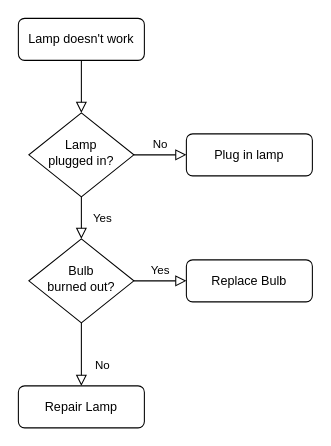
AVJ125/cv keeps this draw.io diagram as Untitled Diagram.drawio. Above is the earlier version. Source tidied: cells renumbered, new cells numbered last; positions are measured from the earlier drawing's top-left corner, leaving out a move shared by most shapes. Both pictures are drawn from the tidied source at 105%, with x=0, y=0 at pixel (18, 18).
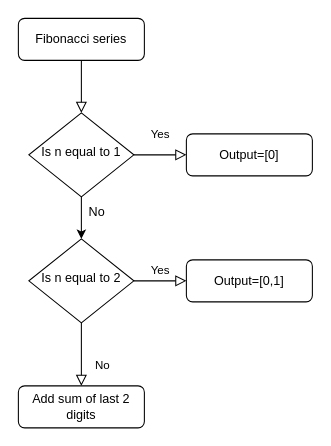
After the change.

Diff of the diagram source:
```diff
@@
 <mxGraphModel>
   <root>
     <mxCell id="0" />
     <mxCell id="1" parent="0" />
     <mxCell id="2" style="rounded=0;html=1;jettySize=auto;fontSize=11;endArrow=block;endFill=0;endSize=8;strokeWidth=1;shadow=0;labelBackgroundColor=none;edgeStyle=orthogonalEdgeStyle;" parent="1" edge="1" source="3" target="6">
       <mxGeometry relative="1" as="geometry" />
     </mxCell>
-    <mxCell id="3" value="Lamp doesn't work" style="rounded=1;whiteSpace=wrap;html=1;fontSize=12;glass=0;strokeWidth=1;shadow=0;" parent="1" vertex="1">
+    <mxCell id="3" value="Fibonacci series" style="rounded=1;whiteSpace=wrap;html=1;fontSize=12;glass=0;strokeWidth=1;shadow=0;" parent="1" vertex="1">
       <mxGeometry width="120" height="40" as="geometry" />
     </mxCell>
-    <mxCell id="4" value="Yes" style="rounded=0;html=1;jettySize=auto;fontSize=11;endArrow=block;endFill=0;endSize=8;strokeWidth=1;shadow=0;labelBackgroundColor=none;edgeStyle=orthogonalEdgeStyle;" parent="1" edge="1" source="6" target="10">
-      <mxGeometry y="20" relative="1" as="geometry" />
+    <mxCell id="4" value="Yes" style="rounded=0;html=1;jettySize=auto;fontSize=11;endArrow=block;endFill=0;endSize=8;strokeWidth=1;shadow=0;labelBackgroundColor=none;edgeStyle=orthogonalEdgeStyle;entryX=0;entryY=0.5;entryDx=0;entryDy=0;" parent="1" edge="1" source="6" target="7">
+      <mxGeometry y="20" relative="1" as="geometry">
+        <Array as="points">
+          <mxPoint x="60" y="130" />
+        </Array>
+      </mxGeometry>
     </mxCell>
-    <mxCell id="5" value="No" style="edgeStyle=orthogonalEdgeStyle;rounded=0;html=1;jettySize=auto;fontSize=11;endArrow=block;endFill=0;endSize=8;strokeWidth=1;shadow=0;labelBackgroundColor=none;" parent="1" edge="1" source="6" target="7">
-      <mxGeometry y="10" relative="1" as="geometry" />
-    </mxCell>
-    <mxCell id="6" value="Lamp&lt;br&gt;plugged in?" style="rhombus;whiteSpace=wrap;html=1;shadow=0;fontFamily=Helvetica;fontSize=12;align=center;strokeWidth=1;spacing=6;spacingTop=-4;" parent="1" vertex="1">
+    <mxCell id="6" value="Is n equal to 1" style="rhombus;whiteSpace=wrap;html=1;shadow=0;fontFamily=Helvetica;fontSize=12;align=center;strokeWidth=1;spacing=6;spacingTop=-4;" parent="1" vertex="1">
       <mxGeometry x="10" y="90" width="100" height="80" as="geometry" />
     </mxCell>
-    <mxCell id="7" value="Plug in lamp" style="rounded=1;whiteSpace=wrap;html=1;fontSize=12;glass=0;strokeWidth=1;shadow=0;" parent="1" vertex="1">
+    <mxCell id="7" value="Output=[0]" style="rounded=1;whiteSpace=wrap;html=1;fontSize=12;glass=0;strokeWidth=1;shadow=0;" parent="1" vertex="1">
       <mxGeometry x="160" y="110" width="120" height="40" as="geometry" />
     </mxCell>
     <mxCell id="8" value="No" style="rounded=0;html=1;jettySize=auto;fontSize=11;endArrow=block;endFill=0;endSize=8;strokeWidth=1;shadow=0;labelBackgroundColor=none;edgeStyle=orthogonalEdgeStyle;" parent="1" edge="1" source="10" target="11">
       <mxGeometry x="0.33" y="20" relative="1" as="geometry" />
     </mxCell>
     <mxCell id="9" value="Yes" style="edgeStyle=orthogonalEdgeStyle;rounded=0;html=1;jettySize=auto;fontSize=11;endArrow=block;endFill=0;endSize=8;strokeWidth=1;shadow=0;labelBackgroundColor=none;" parent="1" edge="1" source="10" target="12">
       <mxGeometry y="10" relative="1" as="geometry" />
     </mxCell>
-    <mxCell id="10" value="Bulb&lt;br&gt;burned out?" style="rhombus;whiteSpace=wrap;html=1;shadow=0;fontFamily=Helvetica;fontSize=12;align=center;strokeWidth=1;spacing=6;spacingTop=-4;" parent="1" vertex="1">
+    <mxCell id="10" value="Is n equal to 2" style="rhombus;whiteSpace=wrap;html=1;shadow=0;fontFamily=Helvetica;fontSize=12;align=center;strokeWidth=1;spacing=6;spacingTop=-4;" parent="1" vertex="1">
       <mxGeometry x="10" y="210" width="100" height="80" as="geometry" />
     </mxCell>
-    <mxCell id="11" value="Repair Lamp" style="rounded=1;whiteSpace=wrap;html=1;fontSize=12;glass=0;strokeWidth=1;shadow=0;" parent="1" vertex="1">
+    <mxCell id="11" value="Add sum of last 2 digits" style="rounded=1;whiteSpace=wrap;html=1;fontSize=12;glass=0;strokeWidth=1;shadow=0;" parent="1" vertex="1">
       <mxGeometry y="350" width="120" height="40" as="geometry" />
     </mxCell>
-    <mxCell id="12" value="Replace Bulb" style="rounded=1;whiteSpace=wrap;html=1;fontSize=12;glass=0;strokeWidth=1;shadow=0;" parent="1" vertex="1">
+    <mxCell id="12" value="Output=[0,1]" style="rounded=1;whiteSpace=wrap;html=1;fontSize=12;glass=0;strokeWidth=1;shadow=0;" parent="1" vertex="1">
       <mxGeometry x="160" y="230" width="120" height="40" as="geometry" />
     </mxCell>
+    <mxCell id="13" style="endArrow=classic;html=1;" parent="1" edge="1" target="10">
+      <mxGeometry relative="1" as="geometry">
+        <mxPoint x="60" y="170" as="sourcePoint" />
+      </mxGeometry>
+    </mxCell>
+    <mxCell id="5" value="No" style="text;html=1;strokeColor=none;fillColor=none;align=center;verticalAlign=middle;whiteSpace=wrap;rounded=0;" parent="1" vertex="1">
+      <mxGeometry x="70" y="180" width="10" height="10" as="geometry" />
+    </mxCell>
   </root>
 </mxGraphModel>
```
